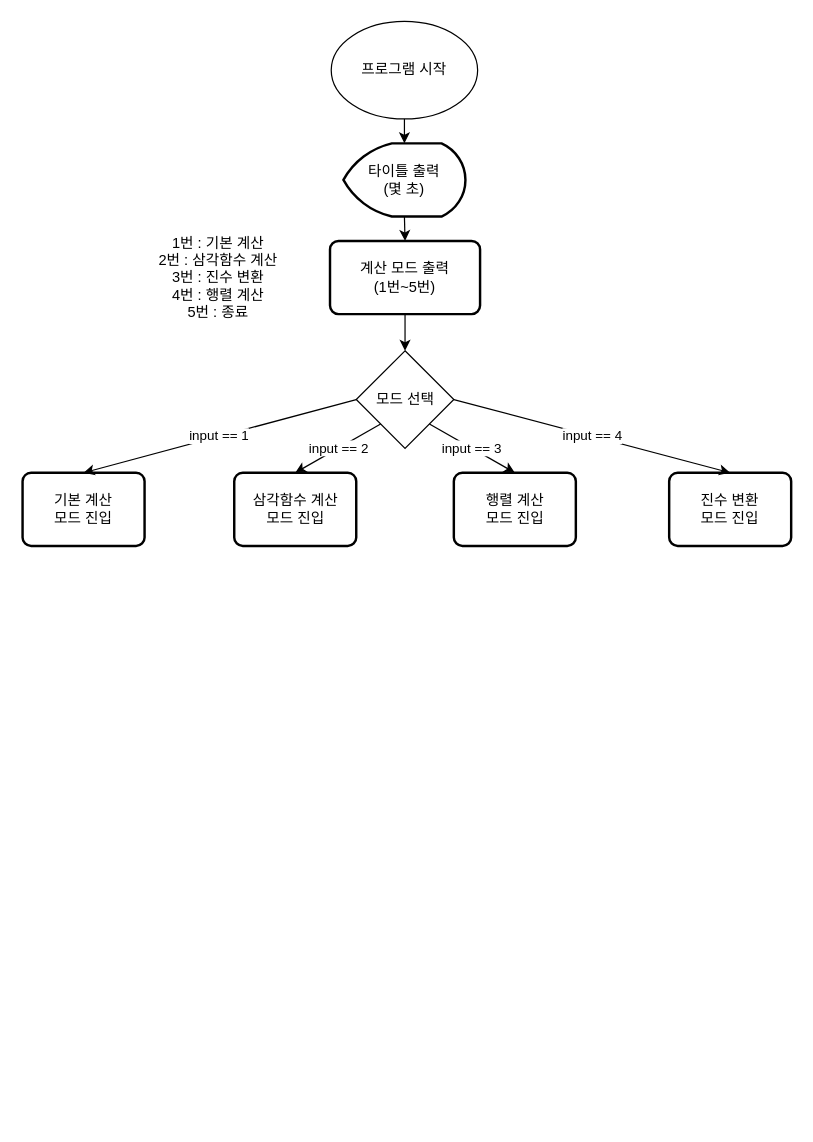
Before: Calculator.drawio in vimpelican/project-introduction-to-programming-2, a draw.io diagram. Source tidied: cells renumbered, new cells numbered last; positions are measured from the earlier drawing's top-left corner, leaving out a move shared by most shapes. Both pictures are drawn from the tidied source at 122%, with x=0, y=0 at pixel (22, 21).
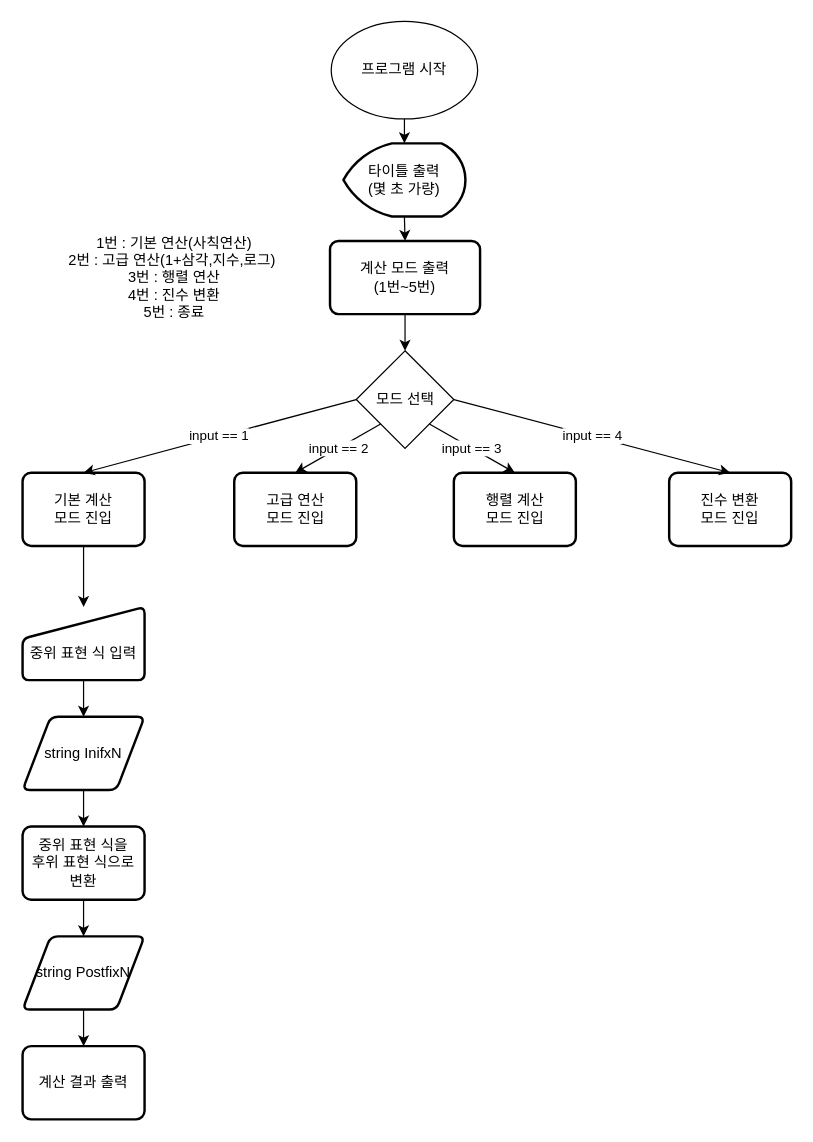
Above is the later version.

Unchanged cells that the change refers to:
```xml
<mxCell id="10" value="기본 계산&lt;br&gt;모드 진입" style="rounded=1;whiteSpace=wrap;html=1;absoluteArcSize=1;arcSize=14;strokeWidth=2;" parent="1" vertex="1">
  <mxGeometry y="370" width="100" height="60" as="geometry" />
</mxCell>
```

Diff of the diagram source:
```diff
@@
-    <mxCell id="3" value="타이틀 출력&lt;br&gt;(몇 초)" style="strokeWidth=2;html=1;shape=mxgraph.flowchart.display;whiteSpace=wrap;" parent="1" vertex="1">
+    <mxCell id="3" value="타이틀 출력&lt;br&gt;(몇 초 가량)" style="strokeWidth=2;html=1;shape=mxgraph.flowchart.display;whiteSpace=wrap;" parent="1" vertex="1">
       <mxGeometry x="263" y="100" width="100" height="60" as="geometry" />
     </mxCell>
@@
-    <mxCell id="7" value="1번 : 기본 계산&lt;br&gt;2번 : 삼각함수 계산&lt;br&gt;3번 : 진수 변환&lt;br&gt;4번 : 행렬 계산&lt;br&gt;5번 : 종료" style="text;html=1;align=center;verticalAlign=middle;" parent="1" vertex="1">
-      <mxGeometry x="100" y="170" width="120" height="80" as="geometry" />
+    <mxCell id="7" value="1번 : 기본 연산(사칙연산)&lt;br&gt;2번 : 고급 연산(1+삼각,지수,로그)&amp;nbsp;&lt;br&gt;3번 : 행렬 연산&lt;br&gt;4번 : 진수 변환&lt;br&gt;5번 : 종료" style="text;html=1;align=center;verticalAlign=middle;" parent="1" vertex="1">
+      <mxGeometry x="23.5" y="170" width="200" height="80" as="geometry" />
     </mxCell>
@@
-    <mxCell id="11" value="삼각함수 계산&lt;br&gt;모드 진입" style="rounded=1;whiteSpace=wrap;html=1;absoluteArcSize=1;arcSize=14;strokeWidth=2;" parent="1" vertex="1">
+    <mxCell id="11" value="고급 연산&lt;br&gt;모드 진입" style="rounded=1;whiteSpace=wrap;html=1;absoluteArcSize=1;arcSize=14;strokeWidth=2;" parent="1" vertex="1">
       <mxGeometry x="173.5" y="370" width="100" height="60" as="geometry" />
     </mxCell>
@@
+    <mxCell id="18" value="&lt;br&gt;중위 표현 식 입력" style="html=1;strokeWidth=2;shape=manualInput;whiteSpace=wrap;rounded=1;size=26;arcSize=11;" parent="1" vertex="1">
+      <mxGeometry y="480" width="100" height="60" as="geometry" />
+    </mxCell>
+    <mxCell id="19" style="endArrow=classic;html=1;exitX=0.5;exitY=1;exitDx=0;exitDy=0;entryX=0.5;entryY=0;entryDx=0;entryDy=0;" parent="1" edge="1" source="10" target="18">
+      <mxGeometry relative="1" as="geometry" />
+    </mxCell>
+    <mxCell id="20" style="endArrow=classic;html=1;exitX=0.5;exitY=1;exitDx=0;exitDy=0;entryX=0.5;entryY=0;entryDx=0;entryDy=0;" parent="1" edge="1" source="18" target="21">
+      <mxGeometry relative="1" as="geometry" />
+    </mxCell>
+    <mxCell id="21" value="string InifxN" style="shape=parallelogram;html=1;strokeWidth=2;perimeter=parallelogramPerimeter;whiteSpace=wrap;rounded=1;arcSize=12;size=0.23;" parent="1" vertex="1">
+      <mxGeometry y="570" width="100" height="60" as="geometry" />
+    </mxCell>
+    <mxCell id="22" value="중위 표현 식을&lt;br&gt;후위 표현 식으로&lt;br&gt;변환" style="rounded=1;whiteSpace=wrap;html=1;absoluteArcSize=1;arcSize=14;strokeWidth=2;" parent="1" vertex="1">
+      <mxGeometry y="660" width="100" height="60" as="geometry" />
+    </mxCell>
+    <mxCell id="23" style="endArrow=classic;html=1;exitX=0.5;exitY=1;exitDx=0;exitDy=0;entryX=0.5;entryY=0;entryDx=0;entryDy=0;" parent="1" edge="1" source="21" target="22">
+      <mxGeometry relative="1" as="geometry" />
+    </mxCell>
+    <mxCell id="24" style="endArrow=classic;html=1;exitX=0.5;exitY=1;exitDx=0;exitDy=0;entryX=0.5;entryY=0;entryDx=0;entryDy=0;" parent="1" edge="1" source="22" target="25">
+      <mxGeometry relative="1" as="geometry" />
+    </mxCell>
+    <mxCell id="25" value="string PostfixN" style="shape=parallelogram;html=1;strokeWidth=2;perimeter=parallelogramPerimeter;whiteSpace=wrap;rounded=1;arcSize=12;size=0.23;" parent="1" vertex="1">
+      <mxGeometry y="750" width="100" height="60" as="geometry" />
+    </mxCell>
+    <mxCell id="26" value="계산 결과 출력" style="rounded=1;whiteSpace=wrap;html=1;absoluteArcSize=1;arcSize=14;strokeWidth=2;" parent="1" vertex="1">
+      <mxGeometry y="840" width="100" height="60" as="geometry" />
+    </mxCell>
+    <mxCell id="27" style="endArrow=classic;html=1;exitX=0.5;exitY=1;exitDx=0;exitDy=0;entryX=0.5;entryY=0;entryDx=0;entryDy=0;" parent="1" edge="1" source="25" target="26">
+      <mxGeometry relative="1" as="geometry" />
+    </mxCell>
```
